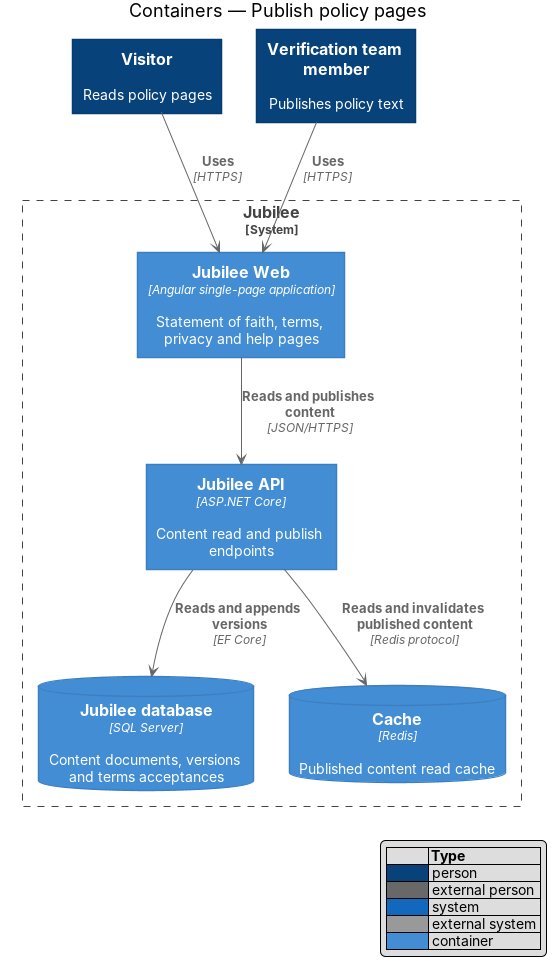
The PlantUML diagram docs/detailed-designs/trust-content/publish-policy-pages/diagrams/c4-container.png in QuinntyneBrown/jubilee, before a commit. Its source is kept beside it as docs/detailed-designs/trust-content/publish-policy-pages/diagrams/c4-container.puml. The source it was exported from:
```plantuml
@startuml
!include <C4/C4_Container>
LAYOUT_WITH_LEGEND()
title Containers — Publish policy pages

Person(visitor, "Visitor", "Reads policy pages")
Person(admin, "Jubilee administrator", "Publishes policy text")
System_Boundary(jubilee, "Jubilee") {
  Container(web, "Jubilee Web", "Angular single-page application", "Statement of faith, terms, privacy and help pages")
  Container(api, "Jubilee API", "ASP.NET Core", "Content read and publish endpoints")
  ContainerDb(db, "Jubilee database", "SQL Server", "Content documents, versions and terms acceptances")
  ContainerDb(cache, "Cache", "Redis", "Published content read cache")
}
Rel(visitor, web, "Uses", "HTTPS")
Rel(admin, web, "Uses", "HTTPS")
Rel(web, api, "Reads and publishes content", "JSON/HTTPS")
Rel(api, cache, "Reads and invalidates published content", "Redis protocol")
Rel(api, db, "Reads and appends versions", "EF Core")
@enduml
```
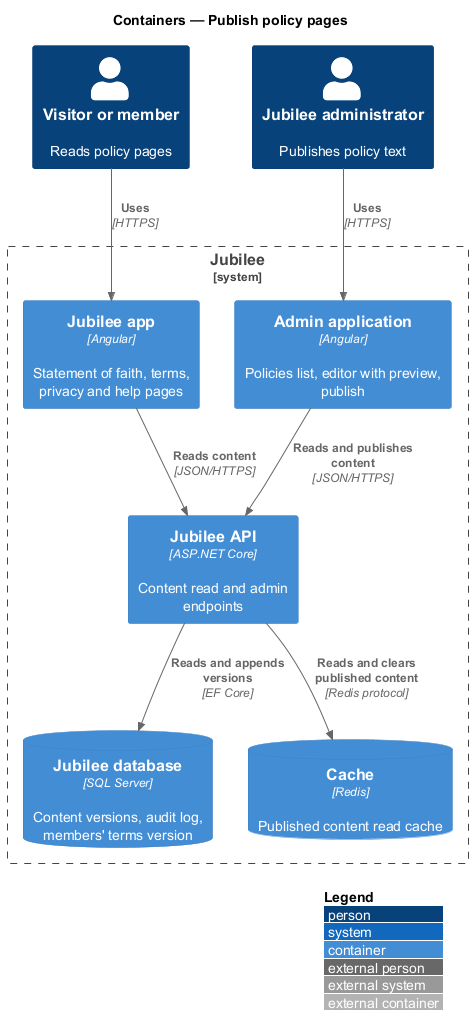
Later version of the same file.

Diff of the diagram source:
```diff
@@ -3,17 +3,19 @@
 LAYOUT_WITH_LEGEND()
 title Containers — Publish policy pages
 
-Person(visitor, "Visitor", "Reads policy pages")
+Person(visitor, "Visitor or member", "Reads policy pages")
 Person(admin, "Jubilee administrator", "Publishes policy text")
 System_Boundary(jubilee, "Jubilee") {
-  Container(web, "Jubilee Web", "Angular single-page application", "Statement of faith, terms, privacy and help pages")
-  Container(api, "Jubilee API", "ASP.NET Core", "Content read and publish endpoints")
-  ContainerDb(db, "Jubilee database", "SQL Server", "Content documents, versions and terms acceptances")
+  Container(web, "Jubilee app", "Angular", "Statement of faith, terms, privacy and help pages")
+  Container(adminApp, "Admin application", "Angular", "Policies list, editor with preview, publish")
+  Container(api, "Jubilee API", "ASP.NET Core", "Content read and admin endpoints")
+  ContainerDb(db, "Jubilee database", "SQL Server", "Content versions, audit log, members' terms version")
   ContainerDb(cache, "Cache", "Redis", "Published content read cache")
 }
 Rel(visitor, web, "Uses", "HTTPS")
-Rel(admin, web, "Uses", "HTTPS")
-Rel(web, api, "Reads and publishes content", "JSON/HTTPS")
-Rel(api, cache, "Reads and invalidates published content", "Redis protocol")
+Rel(admin, adminApp, "Uses", "HTTPS")
+Rel(web, api, "Reads content", "JSON/HTTPS")
+Rel(adminApp, api, "Reads and publishes content", "JSON/HTTPS")
+Rel(api, cache, "Reads and clears published content", "Redis protocol")
 Rel(api, db, "Reads and appends versions", "EF Core")
 @enduml
```
